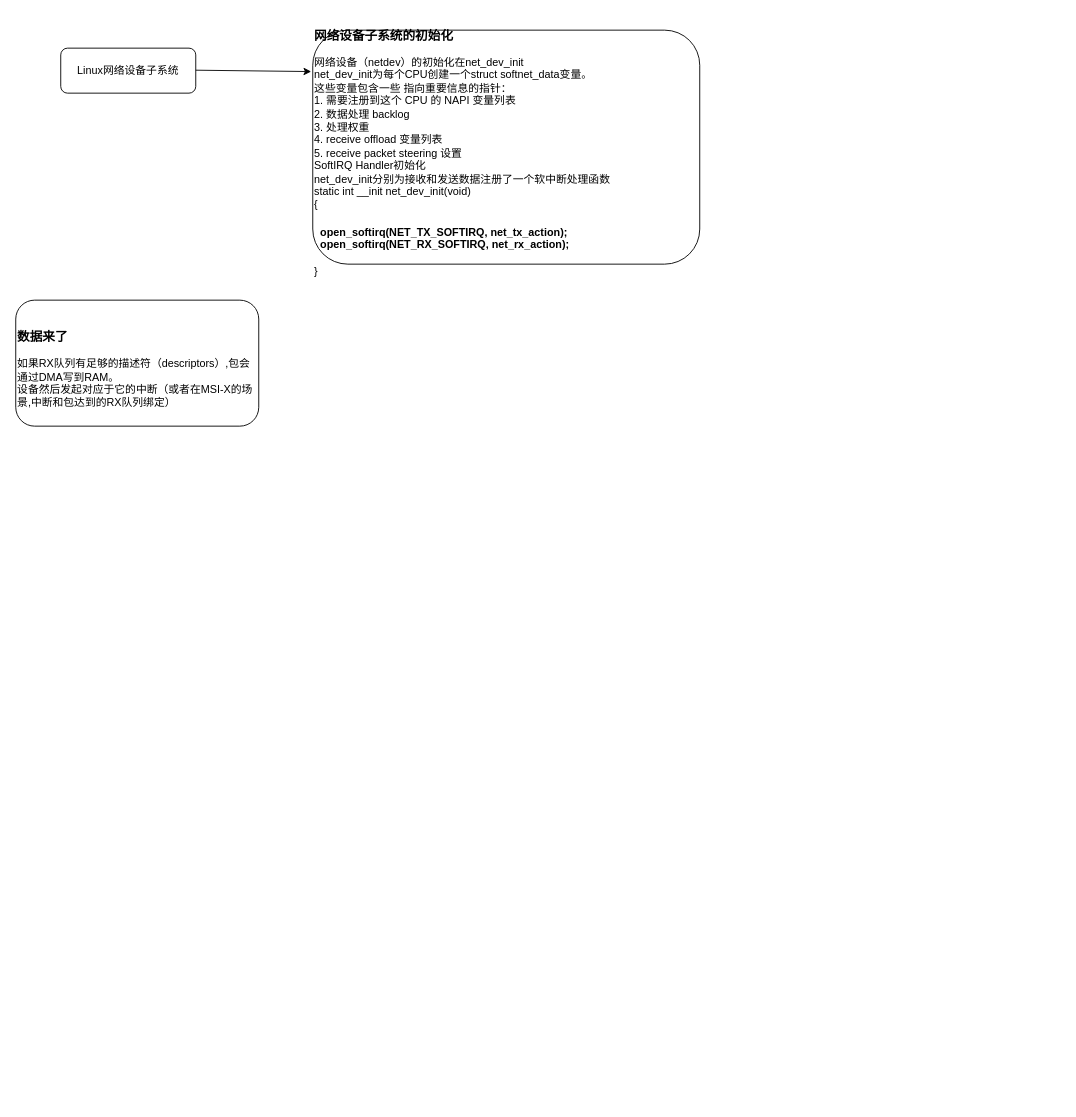
This is network_rx_protocol.drawio from bjqhfd/draw, a draw.io file, before an edit. Source tidied: cells renumbered, new cells numbered last; positions are measured from the earlier drawing's top-left corner, leaving out a move shared by most shapes. Both pictures are drawn from the tidied source at 90%, with x=0, y=0 at pixel (15, 30).
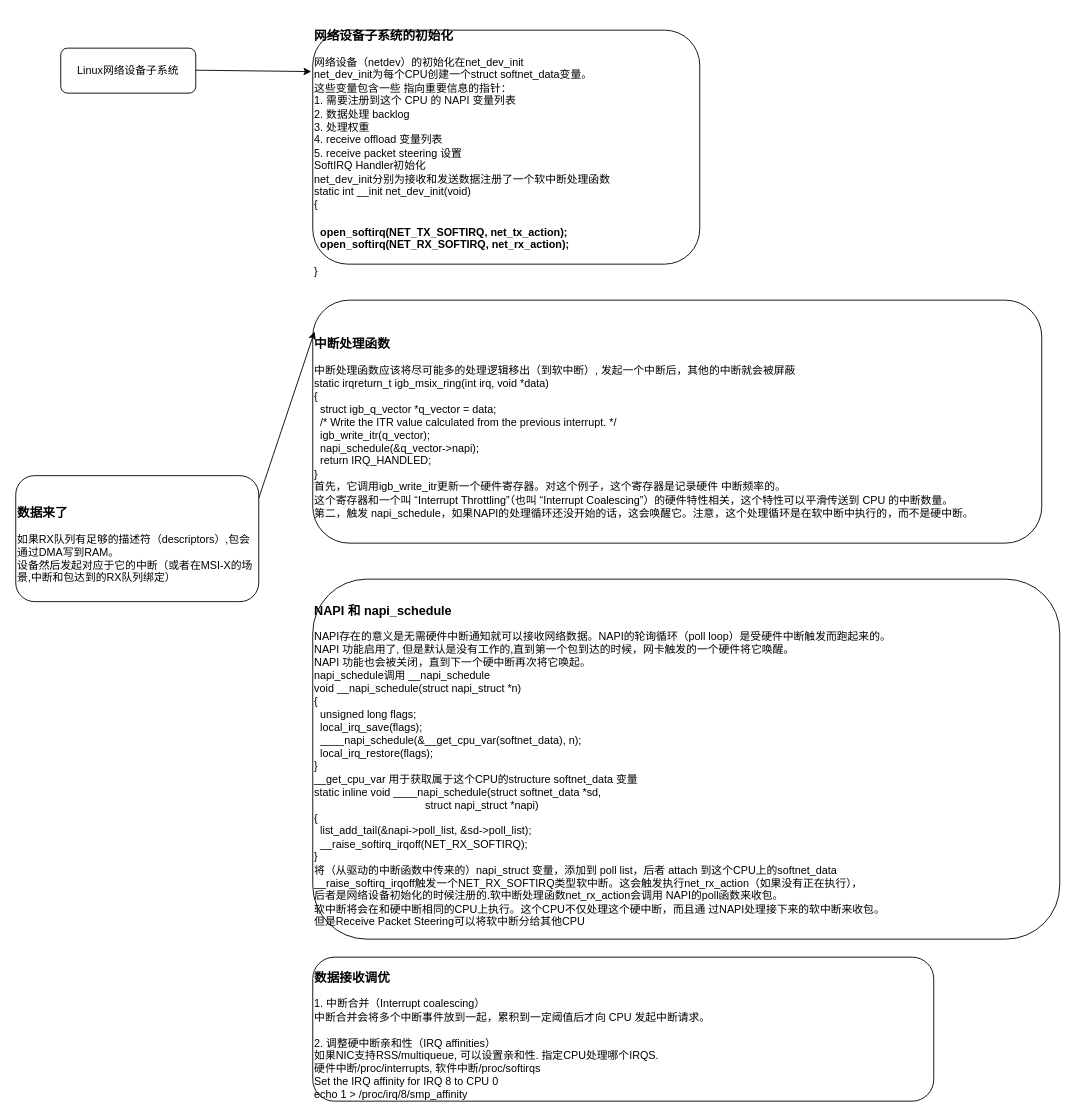
After the change.

The edit, as a diff of the source:
```diff
@@
 <mxGraphModel>
   <root>
     <mxCell id="0" />
     <mxCell id="1" parent="0" />
     <mxCell id="2" value="Linux网络设备子系统" style="rounded=1;whiteSpace=wrap;html=1;" parent="1" vertex="1">
       <mxGeometry x="50" y="20" width="150" height="50" as="geometry" />
     </mxCell>
     <mxCell id="3" value="&lt;h3&gt;网络设备子系统的初始化&lt;/h3&gt;&lt;div&gt;网络设备（netdev）的初始化在net_dev_init&lt;/div&gt;&lt;div&gt;net_dev_init为每个CPU创建一个struct softnet_data变量。&lt;/div&gt;&lt;div&gt;这些变量包含一些 指向重要信息的指针：&lt;/div&gt;&lt;div&gt;1. 需要注册到这个 CPU 的 NAPI 变量列表&lt;/div&gt;&lt;div&gt;2. 数据处理 backlog&lt;/div&gt;&lt;div&gt;3. 处理权重&lt;/div&gt;&lt;div&gt;4. receive offload 变量列表&lt;/div&gt;&lt;div&gt;5. receive packet steering 设置&lt;/div&gt;&lt;div&gt;SoftIRQ Handler初始化&lt;/div&gt;&lt;div&gt;net_dev_init分别为接收和发送数据注册了一个软中断处理函数&lt;/div&gt;&lt;div&gt;static int __init net_dev_init(void)&lt;/div&gt;&lt;div&gt;{&lt;/div&gt;&lt;h4&gt;&amp;nbsp; open_softirq(NET_TX_SOFTIRQ, net_tx_action);&lt;br&gt;&amp;nbsp; open_softirq(NET_RX_SOFTIRQ, net_rx_action);&lt;/h4&gt;&lt;div&gt;}&lt;/div&gt;" style="rounded=1;whiteSpace=wrap;html=1;align=left;" parent="1" vertex="1">
       <mxGeometry x="330" width="430" height="260" as="geometry" />
     </mxCell>
     <mxCell id="4" value="&lt;h3&gt;数据来了&lt;/h3&gt;&lt;div&gt;如果RX队列有足够的描述符（descriptors）,包会通过DMA写到RAM。&lt;/div&gt;&lt;div&gt;设备然后发起对应于它的中断（或者在MSI-X的场景,中断和包达到的RX队列绑定）&lt;/div&gt;" style="rounded=1;whiteSpace=wrap;html=1;align=left;" parent="1" vertex="1">
-      <mxGeometry y="300" width="270" height="140" as="geometry" />
+      <mxGeometry y="495" width="270" height="140" as="geometry" />
     </mxCell>
     <mxCell id="5" style="endArrow=classic;html=1;entryX=-0.004;entryY=0.177;entryDx=0;entryDy=0;entryPerimeter=0;" parent="1" edge="1" target="3">
       <mxGeometry relative="1" as="geometry">
         <mxPoint x="200" y="44.5" as="sourcePoint" />
       </mxGeometry>
     </mxCell>
+    <mxCell id="6" value="&lt;h3&gt;中断处理函数&lt;/h3&gt;&lt;div&gt;中断处理函数应该将尽可能多的处理逻辑移出（到软中断）, 发起一个中断后，其他的中断就会被屏蔽&lt;/div&gt;&lt;div&gt;static irqreturn_t igb_msix_ring(int irq, void *data)&lt;/div&gt;&lt;div&gt;{&lt;/div&gt;&lt;div&gt;&amp;nbsp; struct igb_q_vector *q_vector = data;&lt;/div&gt;&lt;div&gt;&amp;nbsp; /* Write the ITR value calculated from the previous interrupt. */&lt;/div&gt;&lt;div&gt;&amp;nbsp; igb_write_itr(q_vector);&lt;/div&gt;&lt;div&gt;&amp;nbsp; napi_schedule(&amp;amp;q_vector-&amp;gt;napi);&lt;/div&gt;&lt;div&gt;&amp;nbsp; return IRQ_HANDLED;&lt;/div&gt;&lt;div&gt;}&lt;/div&gt;&lt;div&gt;首先，它调用igb_write_itr更新一个硬件寄存器。对这个例子，这个寄存器是记录硬件 中断频率的。&lt;/div&gt;&lt;div&gt;这个寄存器和一个叫 “Interrupt Throttling”（也叫 “Interrupt Coalescing”）的硬件特性相关，这个特性可以平滑传送到 CPU 的中断数量。&lt;/div&gt;&lt;div&gt;第二，触发 napi_schedule，如果NAPI的处理循环还没开始的话，这会唤醒它。注意，这个处理循环是在软中断中执行的，而不是硬中断。&lt;/div&gt;" style="rounded=1;whiteSpace=wrap;html=1;align=left;" parent="1" vertex="1">
+      <mxGeometry x="330" y="300" width="810" height="270" as="geometry" />
+    </mxCell>
+    <mxCell id="7" value="&lt;h3&gt;NAPI 和 napi_schedule&lt;/h3&gt;&lt;div&gt;NAPI存在的意义是无需硬件中断通知就可以接收网络数据。NAPI的轮询循环（poll loop）是受硬件中断触发而跑起来的。&lt;/div&gt;&lt;div&gt;NAPI 功能启用了, 但是默认是没有工作的,直到第一个包到达的时候，网卡触发的一个硬件将它唤醒。&lt;/div&gt;&lt;div&gt;NAPI 功能也会被关闭，直到下一个硬中断再次将它唤起。&lt;/div&gt;&lt;div&gt;napi_schedule调用 __napi_schedule&lt;/div&gt;&lt;div&gt;void __napi_schedule(struct napi_struct *n)&lt;/div&gt;&lt;div&gt;{&lt;/div&gt;&lt;div&gt;&amp;nbsp; unsigned long flags;&lt;/div&gt;&lt;div&gt;&amp;nbsp; local_irq_save(flags);&lt;/div&gt;&lt;div&gt;&amp;nbsp; ____napi_schedule(&amp;amp;__get_cpu_var(softnet_data), n);&lt;/div&gt;&lt;div&gt;&amp;nbsp; local_irq_restore(flags);&lt;/div&gt;&lt;div&gt;}&lt;/div&gt;&lt;div&gt;__get_cpu_var 用于获取属于这个CPU的structure softnet_data 变量&lt;/div&gt;&lt;div&gt;static inline void ____napi_schedule(struct softnet_data *sd,&lt;/div&gt;&lt;div&gt;&amp;nbsp; &amp;nbsp; &amp;nbsp; &amp;nbsp; &amp;nbsp; &amp;nbsp; &amp;nbsp; &amp;nbsp; &amp;nbsp; &amp;nbsp; &amp;nbsp; &amp;nbsp; &amp;nbsp; &amp;nbsp; &amp;nbsp; &amp;nbsp; &amp;nbsp; &amp;nbsp; &amp;nbsp;struct napi_struct *napi)&lt;/div&gt;&lt;div&gt;{&lt;/div&gt;&lt;div&gt;&amp;nbsp; list_add_tail(&amp;amp;napi-&amp;gt;poll_list, &amp;amp;sd-&amp;gt;poll_list);&lt;/div&gt;&lt;div&gt;&amp;nbsp; __raise_softirq_irqoff(NET_RX_SOFTIRQ);&lt;/div&gt;&lt;div&gt;}&lt;/div&gt;&lt;div&gt;将（从驱动的中断函数中传来的）napi_struct 变量，添加到 poll list，后者 attach 到这个CPU上的softnet_data&lt;/div&gt;&lt;div&gt;__raise_softirq_irqoff触发一个NET_RX_SOFTIRQ类型软中断。这会触发执行net_rx_action（如果没有正在执行），&lt;/div&gt;&lt;div&gt;后者是网络设备初始化的时候注册的.软中断处理函数net_rx_action会调用 NAPI的poll函数来收包。&lt;/div&gt;&lt;div&gt;&lt;div&gt;软中断将会在和硬中断相同的CPU上执行。这个CPU不仅处理这个硬中断，而且通 过NAPI处理接下来的软中断来收包。&lt;/div&gt;&lt;div&gt;但是Receive Packet Steering可以将软中断分给其他CPU&lt;/div&gt;&lt;/div&gt;" style="rounded=1;whiteSpace=wrap;html=1;align=left;" parent="1" vertex="1">
+      <mxGeometry x="330" y="610" width="830" height="400" as="geometry" />
+    </mxCell>
+    <mxCell id="8" style="endArrow=classic;html=1;" parent="1" edge="1">
+      <mxGeometry relative="1" as="geometry">
+        <mxPoint x="270" y="520" as="sourcePoint" />
+        <mxPoint x="332" y="335" as="targetPoint" />
+      </mxGeometry>
+    </mxCell>
+    <mxCell id="9" value="&lt;h3&gt;数据接收调优&lt;/h3&gt;&lt;div&gt;1. 中断合并（Interrupt coalescing）&lt;/div&gt;&lt;div&gt;中断合并会将多个中断事件放到一起，累积到一定阈值后才向 CPU 发起中断请求。&lt;/div&gt;&lt;div&gt;&lt;br&gt;&lt;/div&gt;&lt;div&gt;2. 调整硬中断亲和性（IRQ affinities）&lt;/div&gt;&lt;div&gt;如果NIC支持RSS/multiqueue, 可以设置亲和性. 指定CPU处理哪个IRQS.&lt;/div&gt;&lt;div&gt;硬件中断/proc/interrupts, 软件中断/proc/softirqs&lt;/div&gt;&lt;div&gt;Set the IRQ affinity for IRQ 8 to CPU 0&lt;/div&gt;&lt;div&gt;echo 1 &amp;gt; /proc/irq/8/smp_affinity&lt;/div&gt;" style="rounded=1;whiteSpace=wrap;html=1;align=left;" parent="1" vertex="1">
+      <mxGeometry x="330" y="1030" width="690" height="160" as="geometry" />
+    </mxCell>
   </root>
 </mxGraphModel>
```
